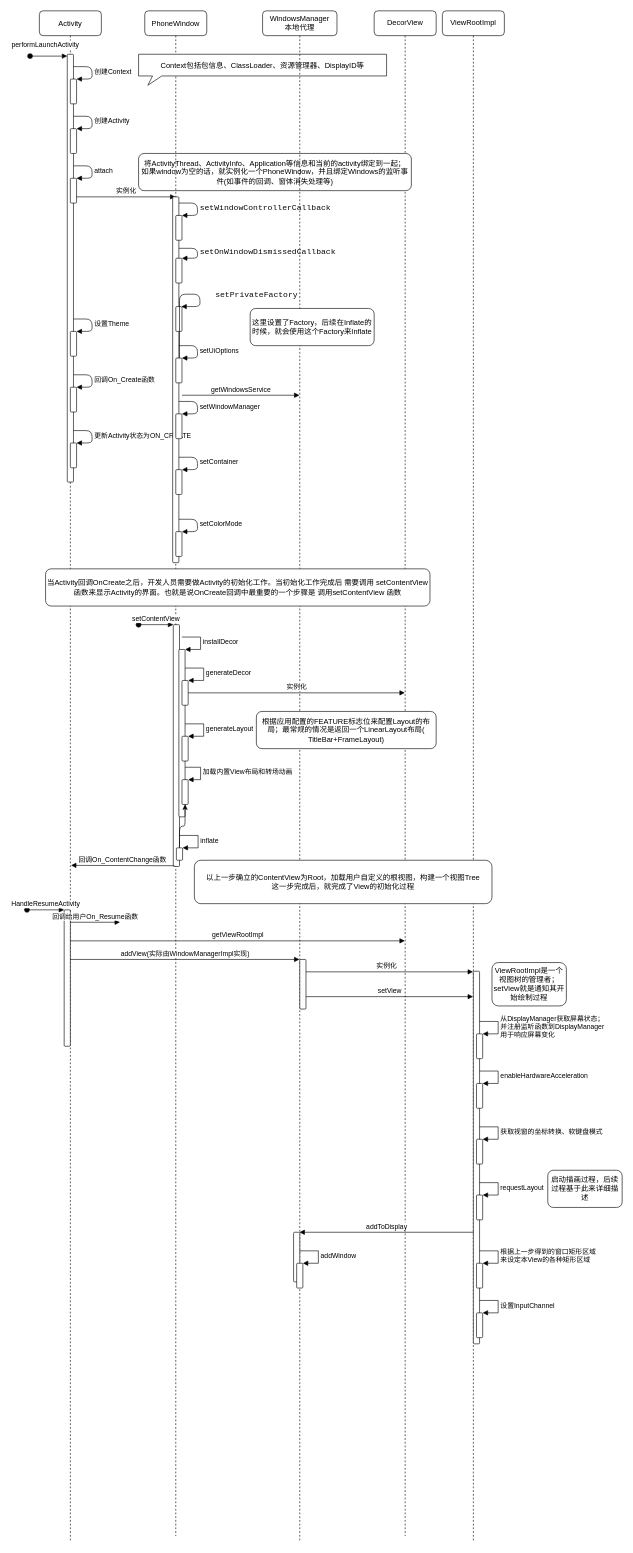
This is 安卓视窗系统渲染架构分析.drawio from dlwanghw/diagram, a draw.io file, before an edit. Source tidied: cells renumbered, new cells numbered last; positions are measured from the earlier drawing's top-left corner, leaving out a move shared by most shapes. Both pictures are drawn from the tidied source at 62%, with x=0, y=0 at pixel (27, 11).
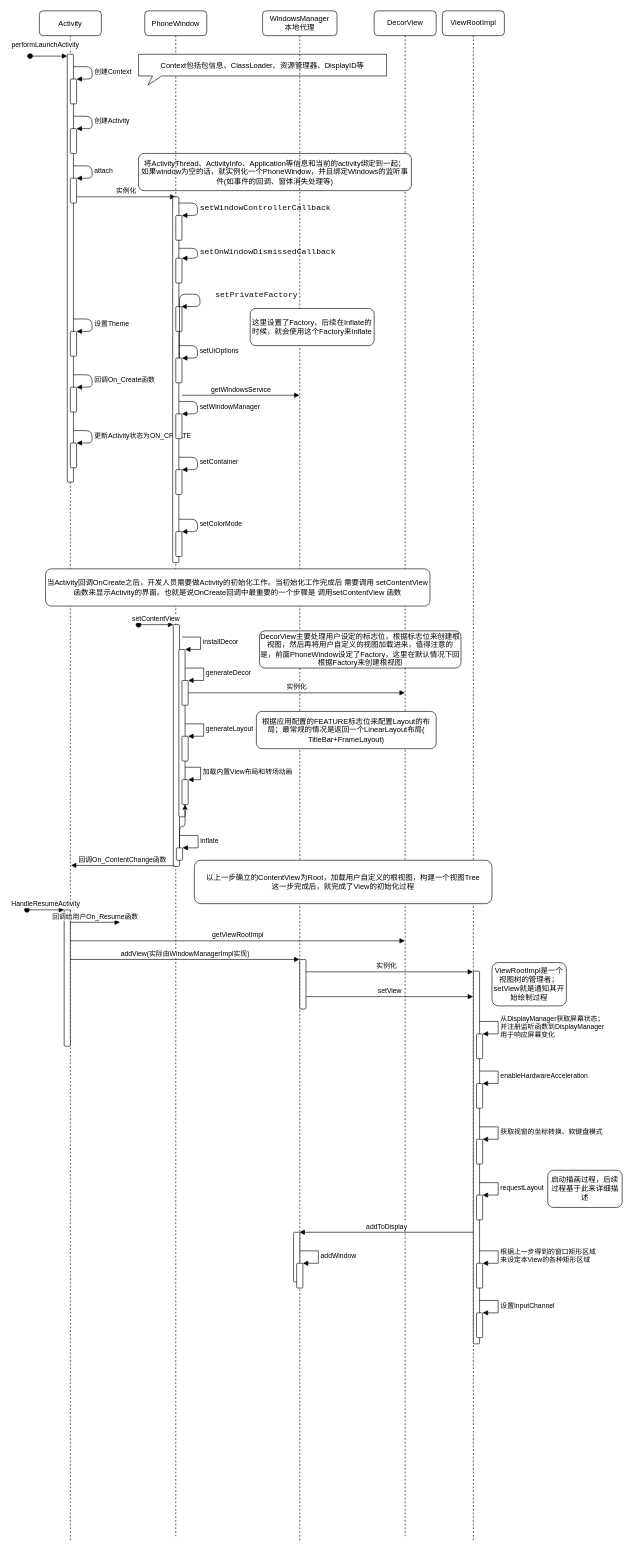
After the change.

Commit message (it also covers changes not shown here):
Update 安卓视窗系统渲染架构分析.drawio

Change to the diagram source:
```diff
@@
+    <mxCell id="88" value="DecorView主要处理用户设定的标志位，根据标志位来创建根视图，然后再将用户自定义的视图加载进来，值得注意的是，前面PhoneWindow设定了Factory，这里在默认情况下回根据Factory来创建根视图" style="rounded=1;whiteSpace=wrap;html=1;" parent="82" vertex="1">
+      <mxGeometry x="375" y="1000" width="325" height="60" as="geometry" />
+    </mxCell>
```
